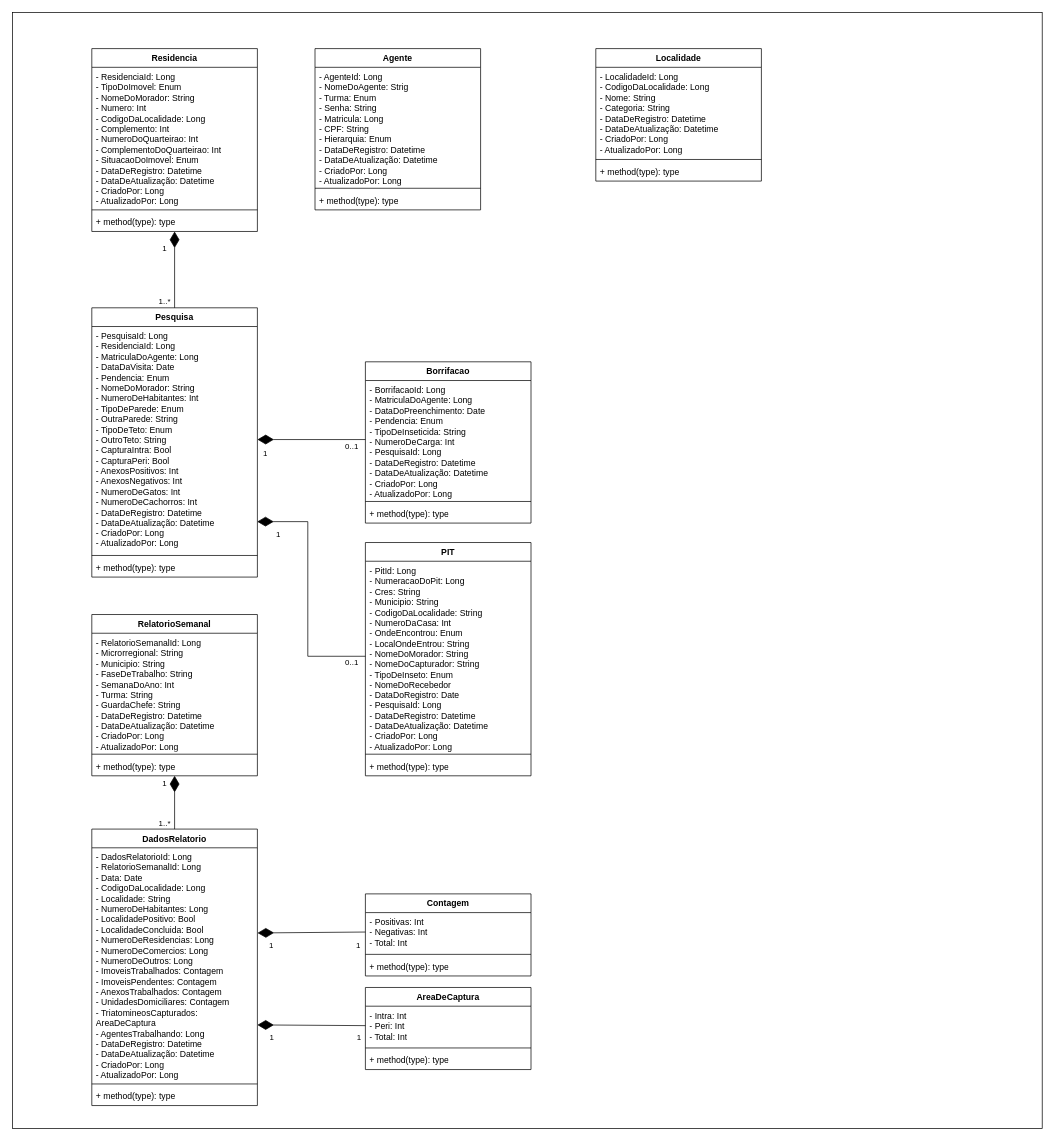
Before: Diagrama de classes.drawio in Fconeto/P.I-3, a draw.io diagram. Source tidied: cells renumbered, new cells numbered last; positions are measured from the earlier drawing's top-left corner, leaving out a move shared by most shapes. Both pictures are drawn from the tidied source at 72%, with x=0, y=0 at pixel (12, 12).
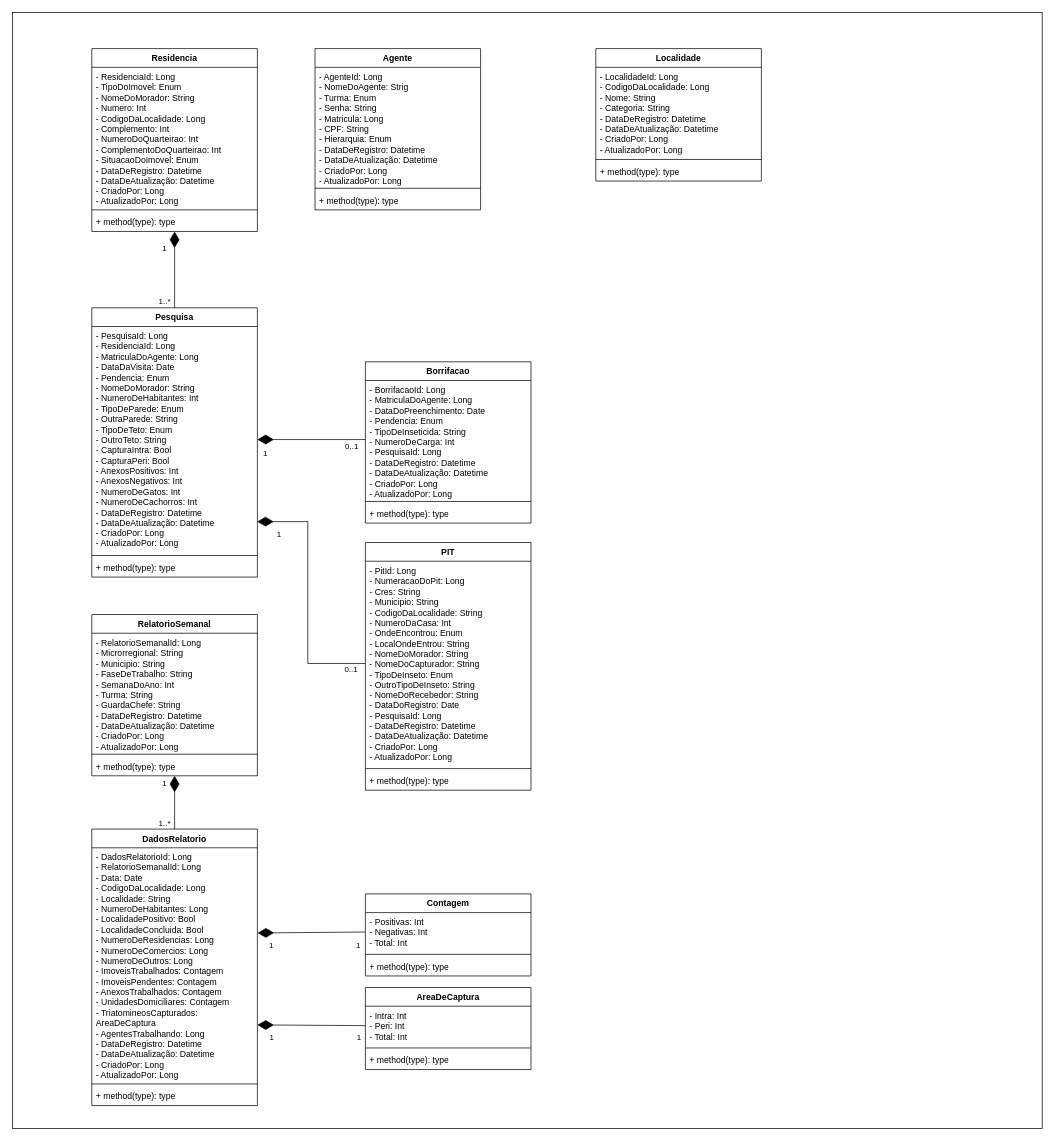
After the change.

The change refers to these unchanged cells:
```xml
<mxCell id="16" value="&lt;div&gt;- PesquisaId: Long&lt;/div&gt;&lt;div&gt;- ResidenciaId: Long&lt;/div&gt;&lt;div&gt;- MatriculaDoAgente: Long&lt;/div&gt;&lt;div&gt;- DataDaVisita: Date&lt;/div&gt;&lt;div&gt;&lt;span style=&quot;background-color: transparent; color: light-dark(rgb(0, 0, 0), rgb(255, 255, 255));&quot;&gt;- Pendencia: Enum&lt;/span&gt;&lt;/div&gt;&lt;div&gt;- NomeDoMorador: String&lt;/div&gt;&lt;div&gt;- NumeroDeHabitantes: Int&lt;/div&gt;&lt;div&gt;- TipoDeParede: Enum&lt;/div&gt;&lt;div&gt;- OutraParede: String&lt;/div&gt;&lt;div&gt;- TipoDeTeto: Enum&lt;/div&gt;&lt;div&gt;- OutroTeto: String&lt;/div&gt;&lt;div&gt;- CapturaIntra: Bool&lt;/div&gt;&lt;div&gt;- CapturaPeri: Bool&lt;/div&gt;&lt;div&gt;- AnexosPositivos: Int&lt;/div&gt;&lt;div&gt;- AnexosNegativos: Int&lt;/div&gt;&lt;div&gt;- NumeroDeGatos: Int&lt;/div&gt;&lt;div&gt;- NumeroDeCachorros: Int&lt;/div&gt;&lt;div&gt;&lt;div&gt;- DataDeRegistro: Datetime&lt;/div&gt;&lt;div&gt;- DataDeAtualização: Datetime&lt;/div&gt;&lt;div&gt;- CriadoPor: Long&lt;/div&gt;&lt;div&gt;- AtualizadoPor: Long&lt;/div&gt;&lt;/div&gt;" style="text;strokeColor=none;fillColor=none;align=left;verticalAlign=top;spacingLeft=4;spacingRight=4;overflow=hidden;points=[[0,0.5],[1,0.5]];portConstraint=eastwest;whiteSpace=wrap;html=1;" parent="15" vertex="1">
  <mxGeometry y="26" width="230" height="314" as="geometry" />
</mxCell>
```

The edit, as a diff of the source:
```diff
@@
     <mxCell id="27" value="PIT" style="swimlane;fontStyle=1;align=center;verticalAlign=top;horizontal=1;startSize=26;whiteSpace=wrap;html=1;" parent="1" vertex="1">
-      <mxGeometry x="490" y="736" width="230" height="324" as="geometry" />
+      <mxGeometry x="490" y="736" width="230" height="344" as="geometry" />
     </mxCell>
-    <mxCell id="28" value="&lt;div&gt;- PitId: Long&lt;/div&gt;&lt;div&gt;- NumeracaoDoPit: Long&lt;/div&gt;&lt;div&gt;- Cres: String&lt;/div&gt;&lt;div&gt;- Municipio: String&lt;/div&gt;&lt;div&gt;-&amp;nbsp;&lt;span style=&quot;background-color: transparent; color: light-dark(rgb(0, 0, 0), rgb(255, 255, 255));&quot;&gt;CodigoDaLocalidade: String&lt;/span&gt;&lt;/div&gt;&lt;div&gt;- NumeroDaCasa: Int&lt;/div&gt;&lt;div&gt;- OndeEncontrou: Enum&lt;/div&gt;&lt;div&gt;- LocalOndeEntrou: String&lt;/div&gt;&lt;div&gt;- NomeDoMorador: String&lt;/div&gt;&lt;div&gt;- NomeDoCapturador: String&lt;/div&gt;&lt;div&gt;- TipoDeInseto: Enum&lt;/div&gt;&lt;div&gt;- NomeDoRecebedor&lt;/div&gt;&lt;div&gt;- DataDoRegistro: Date&lt;/div&gt;&lt;div&gt;- PesquisaId: Long&lt;/div&gt;&lt;div&gt;&lt;div&gt;- DataDeRegistro: Datetime&lt;/div&gt;&lt;div&gt;- DataDeAtualização: Datetime&lt;/div&gt;&lt;div&gt;- CriadoPor: Long&lt;/div&gt;&lt;div&gt;- AtualizadoPor: Long&lt;/div&gt;&lt;/div&gt;" style="text;strokeColor=none;fillColor=none;align=left;verticalAlign=top;spacingLeft=4;spacingRight=4;overflow=hidden;points=[[0,0.5],[1,0.5]];portConstraint=eastwest;whiteSpace=wrap;html=1;" parent="27" vertex="1">
-      <mxGeometry y="26" width="230" height="264" as="geometry" />
+    <mxCell id="28" value="&lt;div&gt;- PitId: Long&lt;/div&gt;&lt;div&gt;- NumeracaoDoPit: Long&lt;/div&gt;&lt;div&gt;- Cres: String&lt;/div&gt;&lt;div&gt;- Municipio: String&lt;/div&gt;&lt;div&gt;-&amp;nbsp;&lt;span style=&quot;background-color: transparent; color: light-dark(rgb(0, 0, 0), rgb(255, 255, 255));&quot;&gt;CodigoDaLocalidade: String&lt;/span&gt;&lt;/div&gt;&lt;div&gt;- NumeroDaCasa: Int&lt;/div&gt;&lt;div&gt;- OndeEncontrou: Enum&lt;/div&gt;&lt;div&gt;- LocalOndeEntrou: String&lt;/div&gt;&lt;div&gt;- NomeDoMorador: String&lt;/div&gt;&lt;div&gt;- NomeDoCapturador: String&lt;/div&gt;&lt;div&gt;- TipoDeInseto: Enum&lt;/div&gt;&lt;div&gt;- OutroTipoDeInseto: String&lt;/div&gt;&lt;div&gt;- NomeDoRecebedor: String&lt;/div&gt;&lt;div&gt;- DataDoRegistro: Date&lt;/div&gt;&lt;div&gt;- PesquisaId: Long&lt;/div&gt;&lt;div&gt;&lt;div&gt;- DataDeRegistro: Datetime&lt;/div&gt;&lt;div&gt;- DataDeAtualização: Datetime&lt;/div&gt;&lt;div&gt;- CriadoPor: Long&lt;/div&gt;&lt;div&gt;- AtualizadoPor: Long&lt;/div&gt;&lt;/div&gt;" style="text;strokeColor=none;fillColor=none;align=left;verticalAlign=top;spacingLeft=4;spacingRight=4;overflow=hidden;points=[[0,0.5],[1,0.5]];portConstraint=eastwest;whiteSpace=wrap;html=1;" parent="27" vertex="1">
+      <mxGeometry y="26" width="230" height="284" as="geometry" />
     </mxCell>
     <mxCell id="29" style="line;strokeWidth=1;fillColor=none;align=left;verticalAlign=middle;spacingTop=-1;spacingLeft=3;spacingRight=3;labelPosition=right;strokeColor=inherit;" parent="27" vertex="1">
-      <mxGeometry y="290" width="230" height="8" as="geometry" />
+      <mxGeometry y="310" width="230" height="8" as="geometry" />
     </mxCell>
     <mxCell id="30" value="+ method(type): type" style="text;strokeColor=none;fillColor=none;align=left;verticalAlign=top;spacingLeft=4;spacingRight=4;overflow=hidden;whiteSpace=wrap;html=1;" parent="27" vertex="1">
-      <mxGeometry y="298" width="230" height="26" as="geometry" />
+      <mxGeometry y="318" width="230" height="26" as="geometry" />
     </mxCell>
@@
     <mxCell id="45" style="endArrow=diamondThin;html=1;rounded=0;exitX=0;exitY=0.5;exitDx=0;exitDy=0;endFill=1;endSize=20;entryX=0.999;entryY=0.863;entryDx=0;entryDy=0;entryPerimeter=0;" parent="1" edge="1" source="28" target="16">
       <mxGeometry relative="1" as="geometry">
         <Array as="points">
-          <mxPoint x="410" y="894" />
+          <mxPoint x="410" y="904" />
           <mxPoint x="410" y="707" />
         </Array>
       </mxGeometry>
     </mxCell>
```
